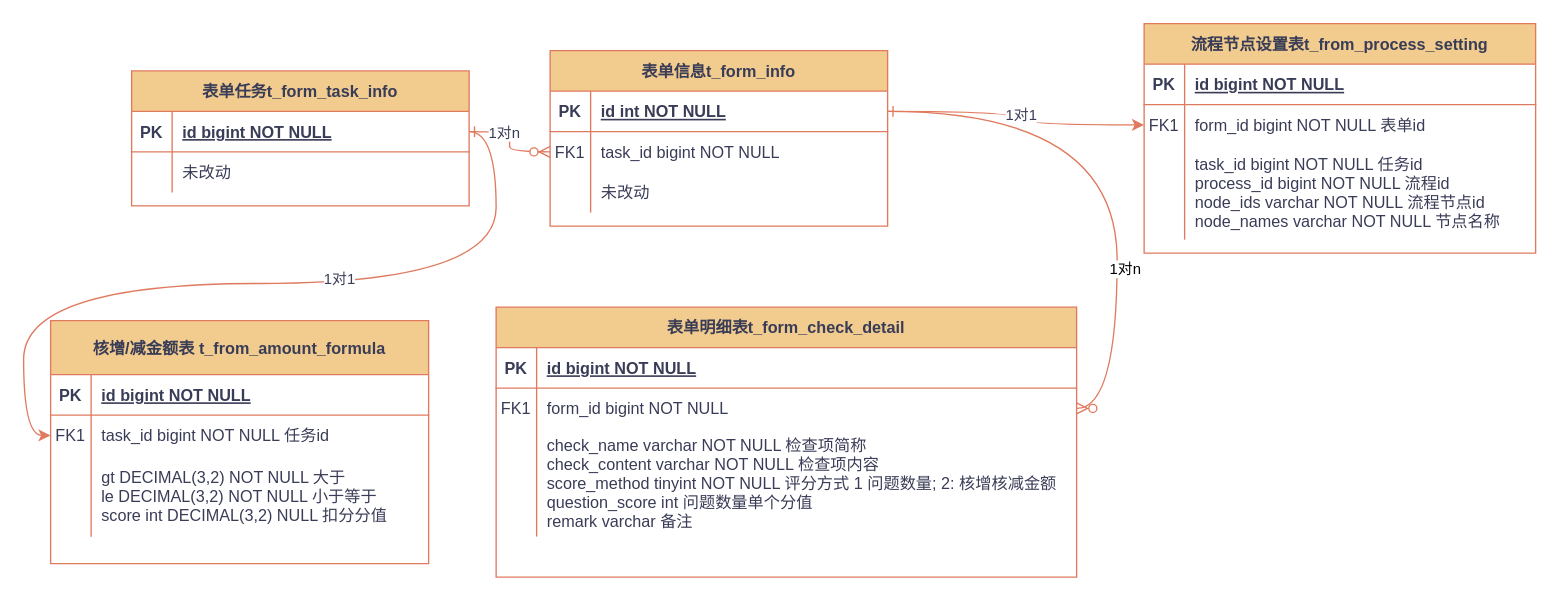
Above: draw.io/清单库检查表单配置ER图.drawio in KeatonLi/pictures (draw.io), before the change. Source tidied: cells renumbered, new cells numbered last; positions are measured from the earlier drawing's top-left corner, leaving out a move shared by most shapes. Both pictures are drawn from the tidied source at 135%, with x=0, y=0 at pixel (50, 23).
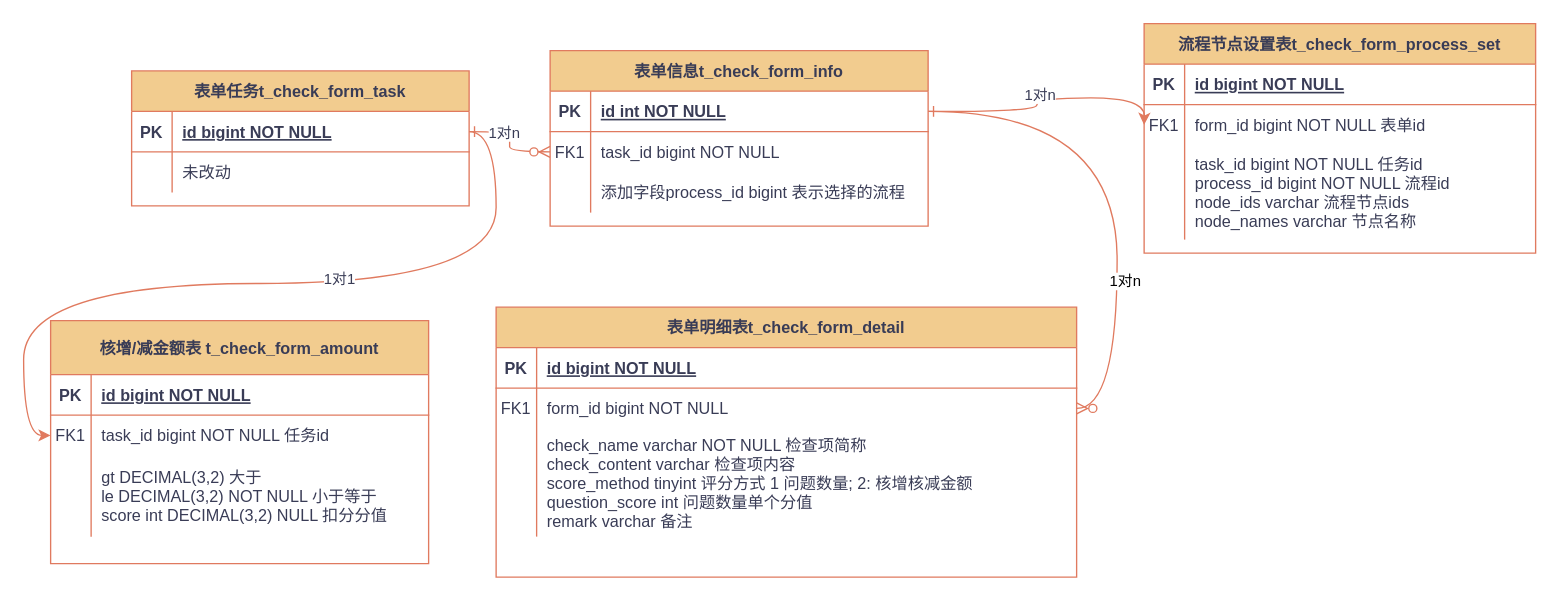
The same page after the edit.

Commit message:
更新清单库检查表单配置ER图.drawio

Unchanged cells that the change refers to:
```xml
<mxCell id="23" style="shape=partialRectangle;fillColor=none;top=0;left=0;right=0;bottom=0;labelBackgroundColor=none;strokeColor=#E07A5F;fontColor=#393C56;" parent="16" vertex="1">
  <mxGeometry y="90" width="430" height="80" as="geometry" />
</mxCell>
<mxCell id="39" style="shape=partialRectangle;fillColor=none;points=[[0,0.5],[1,0.5]];portConstraint=eastwest;top=0;left=0;right=0;bottom=0;labelBackgroundColor=none;strokeColor=#E07A5F;fontColor=#393C56;" parent="35" vertex="1">
  <mxGeometry y="60" width="290" height="30" as="geometry" />
</mxCell>
<mxCell id="42" style="shape=partialRectangle;fillColor=none;top=0;left=0;right=0;bottom=0;labelBackgroundColor=none;strokeColor=#E07A5F;fontColor=#393C56;" parent="35" vertex="1">
  <mxGeometry y="90" width="290" height="70" as="geometry" />
</mxCell>
<mxCell id="54" style="shape=partialRectangle;fillColor=none;top=0;left=0;right=0;bottom=0;labelBackgroundColor=none;strokeColor=#E07A5F;fontColor=#393C56;" parent="47" vertex="1">
  <mxGeometry y="100" width="280" height="60" as="geometry" />
</mxCell>
```

Change to the diagram source:
```diff
@@
-    <mxCell id="6" value="表单信息t_form_info" style="shape=table;startSize=30;childLayout=tableLayout;rowLines=0;fontStyle=1;align=center;labelBackgroundColor=none;fillColor=#F2CC8F;strokeColor=#E07A5F;fontColor=#393C56;" parent="1" vertex="1">
-      <mxGeometry x="370" y="20" width="250" height="130" as="geometry" />
+    <mxCell id="6" value="表单信息t_check_form_info" style="shape=table;startSize=30;childLayout=tableLayout;rowLines=0;fontStyle=1;align=center;labelBackgroundColor=none;fillColor=#F2CC8F;strokeColor=#E07A5F;fontColor=#393C56;" parent="1" vertex="1">
+      <mxGeometry x="370" y="20" width="280" height="130" as="geometry" />
     </mxCell>
     <mxCell id="7" style="shape=partialRectangle;fillColor=none;points=[[0,0.5],[1,0.5]];portConstraint=eastwest;top=0;left=0;right=0;bottom=1;labelBackgroundColor=none;strokeColor=#E07A5F;fontColor=#393C56;" parent="6" vertex="1">
-      <mxGeometry y="30" width="250" height="30" as="geometry" />
+      <mxGeometry y="30" width="280" height="30" as="geometry" />
     </mxCell>
@@
     <mxCell id="9" value="id int NOT NULL " style="shape=partialRectangle;overflow=hidden;fillColor=none;top=0;left=0;bottom=0;right=0;align=left;spacingLeft=6;fontStyle=5;labelBackgroundColor=none;strokeColor=#E07A5F;fontColor=#393C56;" parent="7" vertex="1">
-      <mxGeometry x="30" width="220" height="30" as="geometry" />
+      <mxGeometry x="30" width="250" height="30" as="geometry" />
     </mxCell>
     <mxCell id="10" style="shape=partialRectangle;fillColor=none;points=[[0,0.5],[1,0.5]];portConstraint=eastwest;top=0;left=0;right=0;bottom=0;labelBackgroundColor=none;strokeColor=#E07A5F;fontColor=#393C56;" parent="6" vertex="1">
-      <mxGeometry y="60" width="250" height="30" as="geometry" />
+      <mxGeometry y="60" width="280" height="30" as="geometry" />
     </mxCell>
@@
     <mxCell id="12" value="task_id bigint NOT NULL" style="shape=partialRectangle;overflow=hidden;fillColor=none;top=0;left=0;bottom=0;right=0;align=left;spacingLeft=6;labelBackgroundColor=none;strokeColor=#E07A5F;fontColor=#393C56;" parent="10" vertex="1">
-      <mxGeometry x="30" width="220" height="30" as="geometry" />
+      <mxGeometry x="30" width="250" height="30" as="geometry" />
     </mxCell>
     <mxCell id="13" style="shape=partialRectangle;fillColor=none;top=0;left=0;right=0;bottom=0;labelBackgroundColor=none;strokeColor=#E07A5F;fontColor=#393C56;" parent="6" vertex="1">
-      <mxGeometry y="90" width="250" height="30" as="geometry" />
+      <mxGeometry y="90" width="280" height="30" as="geometry" />
     </mxCell>
@@
-    <mxCell id="15" value="未改动" style="shape=partialRectangle;overflow=hidden;fillColor=none;top=0;left=0;bottom=0;right=0;align=left;spacingLeft=6;labelBackgroundColor=none;strokeColor=#E07A5F;fontColor=#393C56;" parent="13" vertex="1">
-      <mxGeometry x="30" width="220" height="30" as="geometry" />
+    <mxCell id="15" value="添加字段process_id bigint 表示选择的流程" style="shape=partialRectangle;overflow=hidden;fillColor=none;top=0;left=0;bottom=0;right=0;align=left;spacingLeft=6;labelBackgroundColor=none;strokeColor=#E07A5F;fontColor=#393C56;" parent="13" vertex="1">
+      <mxGeometry x="30" width="250" height="30" as="geometry" />
     </mxCell>
-    <mxCell id="16" value="表单明细表t_form_check_detail" style="shape=table;startSize=30;childLayout=tableLayout;rowLines=0;fontStyle=1;align=center;labelBackgroundColor=none;fillColor=#F2CC8F;strokeColor=#E07A5F;fontColor=#393C56;" parent="1" vertex="1">
+    <mxCell id="16" value="表单明细表t_check_form_detail" style="shape=table;startSize=30;childLayout=tableLayout;rowLines=0;fontStyle=1;align=center;labelBackgroundColor=none;fillColor=#F2CC8F;strokeColor=#E07A5F;fontColor=#393C56;" parent="1" vertex="1">
       <mxGeometry x="330" y="210" width="430" height="200" as="geometry" />
     </mxCell>
@@
-    <mxCell id="25" value="check_name varchar NOT NULL 检查项简称&#10;check_content varchar NOT NULL 检查项内容&#10;score_method tinyint NOT NULL 评分方式 1 问题数量; 2: 核增核减金额&#10;question_score int 问题数量单个分值&#10;remark varchar 备注" style="shape=partialRectangle;overflow=hidden;fillColor=none;top=0;left=0;bottom=0;right=0;align=left;spacingLeft=6;labelBackgroundColor=none;strokeColor=#E07A5F;fontColor=#393C56;" parent="23" vertex="1">
+    <mxCell id="25" value="check_name varchar NOT NULL 检查项简称&#10;check_content varchar 检查项内容&#10;score_method tinyint 评分方式 1 问题数量; 2: 核增核减金额&#10;question_score int 问题数量单个分值&#10;remark varchar 备注" style="shape=partialRectangle;overflow=hidden;fillColor=none;top=0;left=0;bottom=0;right=0;align=left;spacingLeft=6;labelBackgroundColor=none;strokeColor=#E07A5F;fontColor=#393C56;" parent="23" vertex="1">
       <mxGeometry x="30" width="400" height="80" as="geometry" />
     </mxCell>
-    <mxCell id="26" value="表单任务t_form_task_info" style="shape=table;startSize=30;childLayout=tableLayout;rowLines=0;fontStyle=1;align=center;labelBackgroundColor=none;fillColor=#F2CC8F;strokeColor=#E07A5F;fontColor=#393C56;" parent="1" vertex="1">
+    <mxCell id="26" value="表单任务t_check_form_task" style="shape=table;startSize=30;childLayout=tableLayout;rowLines=0;fontStyle=1;align=center;labelBackgroundColor=none;fillColor=#F2CC8F;strokeColor=#E07A5F;fontColor=#393C56;" parent="1" vertex="1">
       <mxGeometry x="60" y="35" width="250" height="100" as="geometry" />
     </mxCell>
@@
-    <mxCell id="35" value="流程节点设置表t_from_process_setting" style="shape=table;startSize=30;childLayout=tableLayout;rowLines=0;fontStyle=1;align=center;labelBackgroundColor=none;fillColor=#F2CC8F;strokeColor=#E07A5F;fontColor=#393C56;" parent="1" vertex="1">
+    <mxCell id="35" value="流程节点设置表t_check_form_process_set" style="shape=table;startSize=30;childLayout=tableLayout;rowLines=0;fontStyle=1;align=center;labelBackgroundColor=none;fillColor=#F2CC8F;strokeColor=#E07A5F;fontColor=#393C56;" parent="1" vertex="1">
       <mxGeometry x="810" width="290" height="170" as="geometry" />
     </mxCell>
@@
-    <mxCell id="44" value="task_id bigint NOT NULL 任务id&#10;process_id bigint NOT NULL 流程id&#10;node_ids varchar NOT NULL 流程节点id&#10;node_names varchar NOT NULL 节点名称" style="shape=partialRectangle;overflow=hidden;fillColor=none;top=0;left=0;bottom=0;right=0;align=left;spacingLeft=6;labelBackgroundColor=none;strokeColor=#E07A5F;fontColor=#393C56;" parent="42" vertex="1">
+    <mxCell id="44" value="task_id bigint NOT NULL 任务id&#10;process_id bigint NOT NULL 流程id&#10;node_ids varchar 流程节点ids&#10;node_names varchar 节点名称" style="shape=partialRectangle;overflow=hidden;fillColor=none;top=0;left=0;bottom=0;right=0;align=left;spacingLeft=6;labelBackgroundColor=none;strokeColor=#E07A5F;fontColor=#393C56;" parent="42" vertex="1">
       <mxGeometry x="30" width="260" height="70" as="geometry" />
     </mxCell>
-    <mxCell id="45" style="edgeStyle=orthogonalEdgeStyle;jettySize=auto;html=1;exitX=1;exitY=0.5;exitDx=0;exitDy=0;entryX=0;entryY=0.5;entryDx=0;entryDy=0;strokeColor=#E07A5F;fontColor=#393C56;fillColor=#F2CC8F;curved=1;" parent="1" edge="1" source="7" target="39">
-      <mxGeometry relative="1" as="geometry" />
+    <mxCell id="45" style="edgeStyle=orthogonalEdgeStyle;orthogonalLoop=1;jettySize=auto;html=1;exitX=1;exitY=0.5;exitDx=0;exitDy=0;entryX=0;entryY=0.5;entryDx=0;entryDy=0;strokeColor=#E07A5F;fontColor=#393C56;fillColor=#F2CC8F;curved=1;" parent="1" edge="1">
+      <mxGeometry relative="1" as="geometry">
+        <mxPoint x="650" y="65" as="sourcePoint" />
+        <mxPoint x="810" y="75" as="targetPoint" />
+      </mxGeometry>
     </mxCell>
-    <mxCell id="46" value="1对1" style="edgeLabel;html=1;align=center;verticalAlign=middle;fontColor=#393C56;" parent="45" vertex="1">
+    <mxCell id="46" value="1对n" style="edgeLabel;html=1;align=center;verticalAlign=middle;fontColor=#393C56;" parent="45" vertex="1">
       <mxGeometry x="-0.03" y="3" relative="1" as="geometry" />
     </mxCell>
-    <mxCell id="47" value="核增/减金额表 t_from_amount_formula" style="shape=table;startSize=40;childLayout=tableLayout;rowLines=0;fontStyle=1;align=center;labelBackgroundColor=none;fillColor=#F2CC8F;strokeColor=#E07A5F;fontColor=#393C56;" parent="1" vertex="1">
+    <mxCell id="47" value="核增/减金额表 t_check_form_amount" style="shape=table;startSize=40;childLayout=tableLayout;rowLines=0;fontStyle=1;align=center;labelBackgroundColor=none;fillColor=#F2CC8F;strokeColor=#E07A5F;fontColor=#393C56;" parent="1" vertex="1">
       <mxGeometry y="220" width="280" height="180" as="geometry" />
     </mxCell>
@@
-    <mxCell id="56" value="gt DECIMAL(3,2) NOT NULL 大于&#10;le DECIMAL(3,2) NOT NULL 小于等于&#10;score int DECIMAL(3,2) NULL 扣分分值" style="shape=partialRectangle;overflow=hidden;fillColor=none;top=0;left=0;bottom=0;right=0;align=left;spacingLeft=6;labelBackgroundColor=none;strokeColor=#E07A5F;fontColor=#393C56;" parent="54" vertex="1">
+    <mxCell id="56" value="gt DECIMAL(3,2) 大于&#10;le DECIMAL(3,2) NOT NULL 小于等于&#10;score int DECIMAL(3,2) NULL 扣分分值" style="shape=partialRectangle;overflow=hidden;fillColor=none;top=0;left=0;bottom=0;right=0;align=left;spacingLeft=6;labelBackgroundColor=none;strokeColor=#E07A5F;fontColor=#393C56;" parent="54" vertex="1">
       <mxGeometry x="30" width="250" height="60" as="geometry" />
     </mxCell>
```
